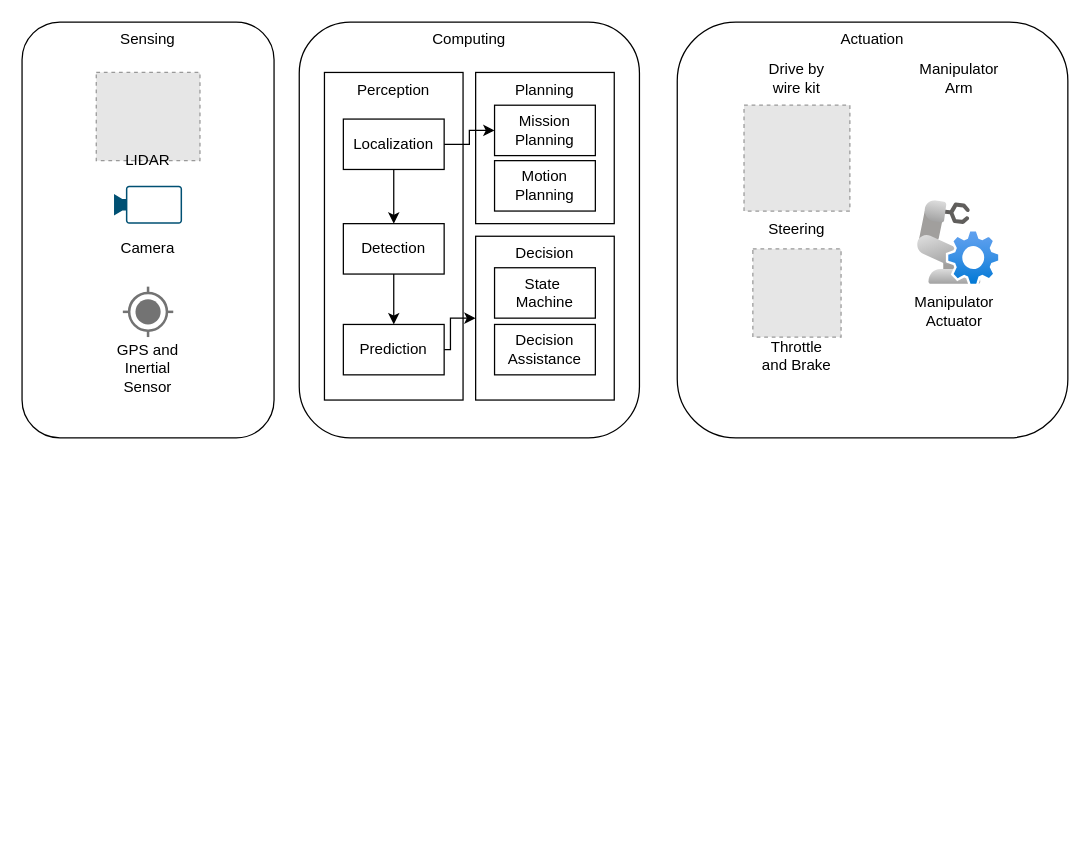
The draw.io diagram ADAS Hardware.drawio in samiframadhan/drawio, before the edit. Source tidied: cells renumbered, new cells numbered last; positions are measured from the earlier drawing's top-left corner, leaving out a move shared by most shapes. Both pictures are drawn from the tidied source at 126%, with x=0, y=0 at pixel (21, 21). Pictures stored in the file or linked from it are replaced by grey dashed boxes.
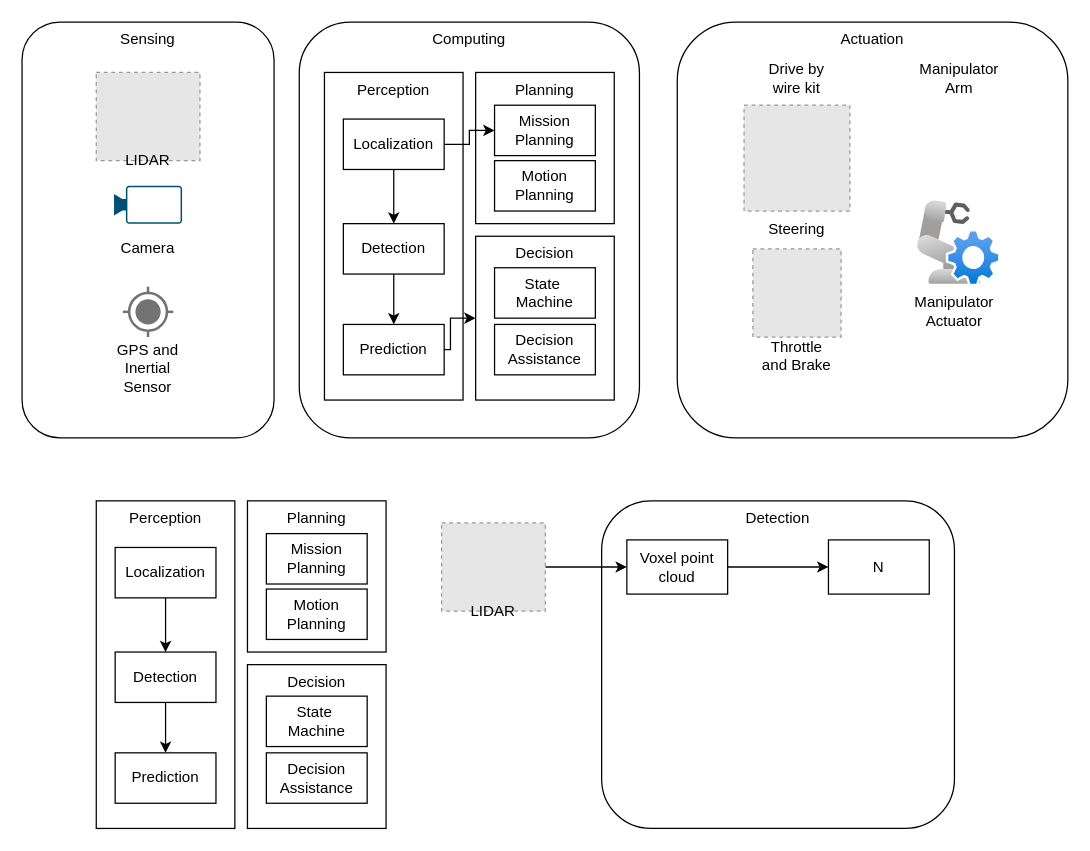
After the change.

What changed in the source:
```diff
@@
+    <mxCell id="33" value="Perception" style="rounded=0;whiteSpace=wrap;html=1;verticalAlign=top;" parent="1" vertex="1">
+      <mxGeometry x="58.9" y="380" width="110" height="260" as="geometry" />
+    </mxCell>
+    <mxCell id="34" value="Planning" style="rounded=0;whiteSpace=wrap;html=1;verticalAlign=top;" parent="1" vertex="1">
+      <mxGeometry x="178.9" y="380" width="110" height="120" as="geometry" />
+    </mxCell>
+    <mxCell id="35" value="Decision" style="rounded=0;whiteSpace=wrap;html=1;verticalAlign=top;" parent="1" vertex="1">
+      <mxGeometry x="178.9" y="510" width="110" height="130" as="geometry" />
+    </mxCell>
+    <mxCell id="36" style="edgeStyle=orthogonalEdgeStyle;rounded=0;jettySize=auto;html=1;" parent="1" edge="1" source="37" target="39">
+      <mxGeometry relative="1" as="geometry" />
+    </mxCell>
+    <mxCell id="37" value="Localization" style="rounded=0;whiteSpace=wrap;html=1;" parent="1" vertex="1">
+      <mxGeometry x="73.9" y="417" width="80" height="40" as="geometry" />
+    </mxCell>
+    <mxCell id="38" style="edgeStyle=orthogonalEdgeStyle;rounded=0;jettySize=auto;html=1;" parent="1" edge="1" source="39" target="40">
+      <mxGeometry relative="1" as="geometry" />
+    </mxCell>
+    <mxCell id="39" value="Detection" style="rounded=0;whiteSpace=wrap;html=1;" parent="1" vertex="1">
+      <mxGeometry x="73.9" y="500" width="80" height="40" as="geometry" />
+    </mxCell>
+    <mxCell id="40" value="Prediction" style="rounded=0;whiteSpace=wrap;html=1;" parent="1" vertex="1">
+      <mxGeometry x="73.9" y="580" width="80" height="40" as="geometry" />
+    </mxCell>
+    <mxCell id="41" value="Mission Planning" style="rounded=0;whiteSpace=wrap;html=1;" parent="1" vertex="1">
+      <mxGeometry x="193.9" y="406" width="80" height="40" as="geometry" />
+    </mxCell>
+    <mxCell id="42" value="Motion Planning" style="rounded=0;whiteSpace=wrap;html=1;" parent="1" vertex="1">
+      <mxGeometry x="193.9" y="450" width="80" height="40" as="geometry" />
+    </mxCell>
+    <mxCell id="43" value="&lt;div&gt;State&amp;nbsp;&lt;/div&gt;&lt;div&gt;Machine&lt;/div&gt;" style="rounded=0;whiteSpace=wrap;html=1;" parent="1" vertex="1">
+      <mxGeometry x="193.9" y="535" width="80" height="40" as="geometry" />
+    </mxCell>
+    <mxCell id="44" value="Decision Assistance" style="rounded=0;whiteSpace=wrap;html=1;" parent="1" vertex="1">
+      <mxGeometry x="193.9" y="580" width="80" height="40" as="geometry" />
+    </mxCell>
+    <mxCell id="45" value="Detection" style="rounded=1;whiteSpace=wrap;html=1;verticalAlign=top;" parent="1" vertex="1">
+      <mxGeometry x="460" y="380" width="280" height="260" as="geometry" />
+    </mxCell>
+    <mxCell id="46" style="edgeStyle=orthogonalEdgeStyle;rounded=0;jettySize=auto;html=1;" parent="1" edge="1" source="47" target="51">
+      <mxGeometry relative="1" as="geometry" />
+    </mxCell>
+    <mxCell id="47" value="Voxel point cloud" style="rounded=0;whiteSpace=wrap;html=1;" parent="1" vertex="1">
+      <mxGeometry x="480" y="411" width="80" height="43" as="geometry" />
+    </mxCell>
+    <mxCell id="48" style="edgeStyle=orthogonalEdgeStyle;rounded=0;jettySize=auto;html=1;entryX=0;entryY=0.5;entryDx=0;entryDy=0;" parent="1" edge="1" source="49" target="47">
+      <mxGeometry relative="1" as="geometry" />
+    </mxCell>
+    <mxCell id="49" style="fillColor=#E6E6E6;strokeColor=#999999;dashed=1;verticalLabelPosition=bottom;verticalAlign=top;" parent="1" vertex="1">
+      <mxGeometry x="333" y="397.5" width="82.3" height="70" as="geometry" />
+    </mxCell>
+    <mxCell id="50" value="LIDAR" style="text;html=1;align=center;verticalAlign=middle;whiteSpace=wrap;rounded=0;" parent="1" vertex="1">
+      <mxGeometry x="344.1" y="452.5" width="60" height="30" as="geometry" />
+    </mxCell>
+    <mxCell id="51" value="N" style="rounded=0;whiteSpace=wrap;html=1;" parent="1" vertex="1">
+      <mxGeometry x="640" y="411" width="80" height="43" as="geometry" />
+    </mxCell>
```
